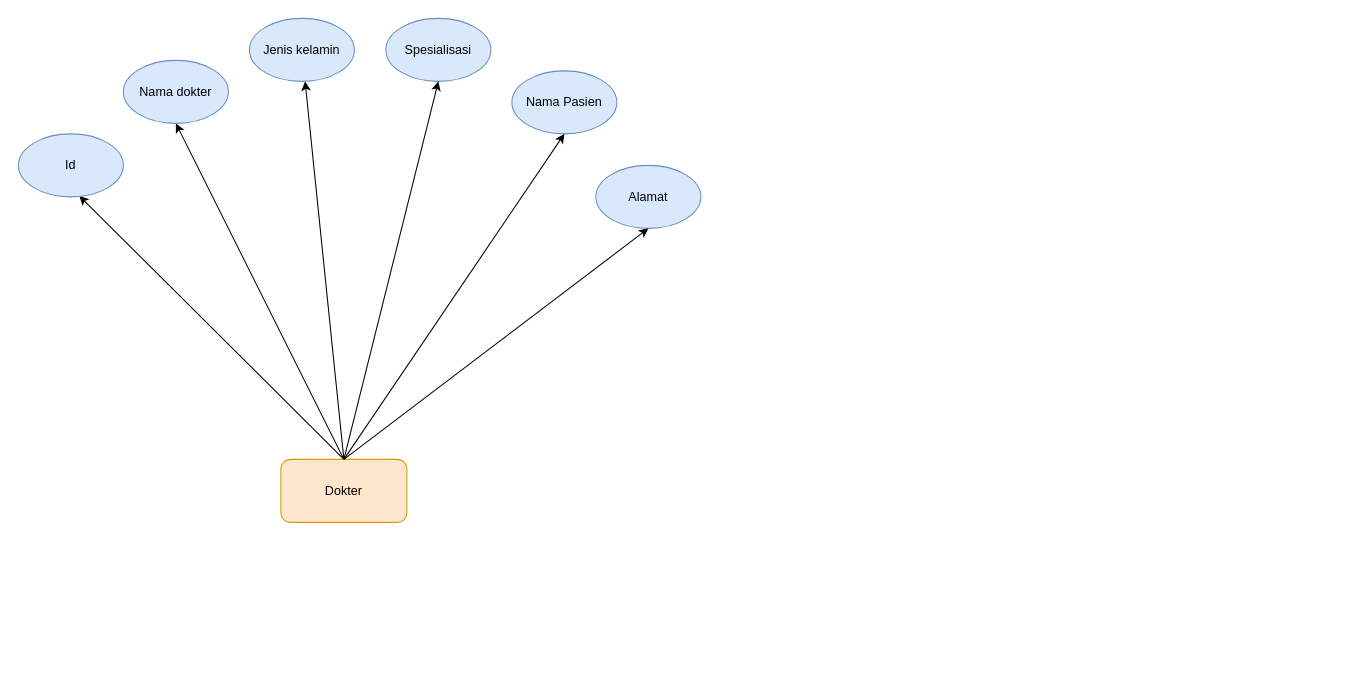
Nurrohman10/IF214002 keeps this draw.io diagram as pertemuan2/pertemuan2 .drawio. Above is the earlier version. Source tidied: cells renumbered, new cells numbered last; positions are measured from the earlier drawing's top-left corner, leaving out a move shared by most shapes. Both pictures are drawn from the tidied source at 105%, with x=0, y=0 at pixel (18, 18).
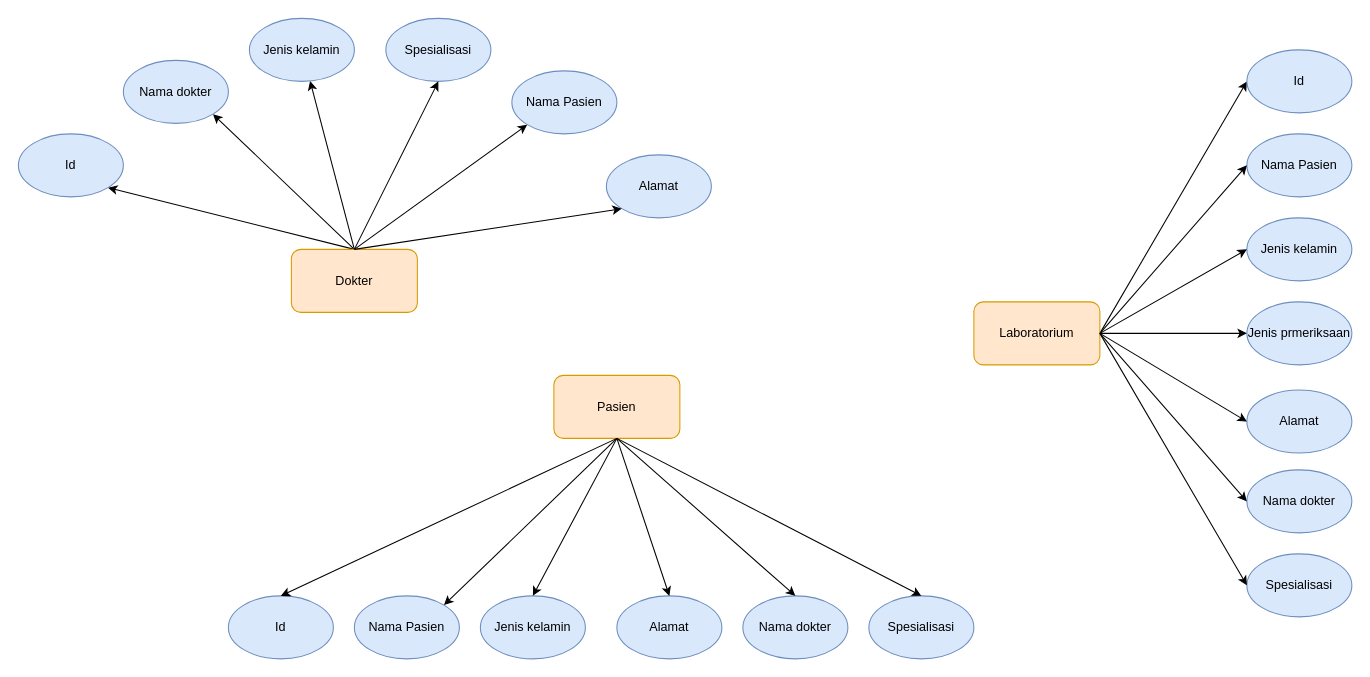
The same diagram, later.

Unchanged cells that the change refers to:
```xml
<mxCell id="6" value="Id" style="ellipse;whiteSpace=wrap;html=1;strokeColor=#6c8ebf;fillColor=#dae8fc;" parent="1" vertex="1">
  <mxGeometry y="110" width="100" height="60" as="geometry" />
</mxCell>
<mxCell id="7" value="Nama dokter" style="ellipse;whiteSpace=wrap;html=1;strokeColor=#6c8ebf;fillColor=#dae8fc;" parent="1" vertex="1">
  <mxGeometry x="100" y="40" width="100" height="60" as="geometry" />
</mxCell>
<mxCell id="10" value="Nama Pasien" style="ellipse;whiteSpace=wrap;html=1;strokeColor=#6c8ebf;fillColor=#dae8fc;" parent="1" vertex="1">
  <mxGeometry x="470" y="50" width="100" height="60" as="geometry" />
</mxCell>
```

Change to the diagram source:
```diff
@@
-    <mxCell id="2" style="edgeStyle=none;rounded=0;jettySize=auto;html=1;entryX=0.58;entryY=0.983;entryDx=0;entryDy=0;entryPerimeter=0;" parent="1" edge="1" target="6">
-      <mxGeometry relative="1" as="geometry">
-        <mxPoint x="310" y="420" as="sourcePoint" />
-      </mxGeometry>
+    <mxCell id="2" style="edgeStyle=none;rounded=0;jettySize=auto;html=1;entryX=1;entryY=1;entryDx=0;entryDy=0;exitX=0.5;exitY=0;exitDx=0;exitDy=0;" parent="1" edge="1" source="5" target="6">
+      <mxGeometry relative="1" as="geometry" />
     </mxCell>
@@
-    <mxCell id="4" style="edgeStyle=none;rounded=0;jettySize=auto;html=1;entryX=0.5;entryY=1;entryDx=0;entryDy=0;exitX=0.5;exitY=0;exitDx=0;exitDy=0;" parent="1" edge="1" source="5" target="7">
+    <mxCell id="4" style="edgeStyle=none;rounded=0;jettySize=auto;html=1;entryX=1;entryY=1;entryDx=0;entryDy=0;exitX=0.5;exitY=0;exitDx=0;exitDy=0;" parent="1" edge="1" source="5" target="7">
       <mxGeometry relative="1" as="geometry" />
     </mxCell>
     <mxCell id="5" value="Dokter" style="rounded=1;whiteSpace=wrap;html=1;fillColor=#ffe6cc;strokeColor=#d79b00;" parent="1" vertex="1">
-      <mxGeometry x="250" y="420" width="120" height="60" as="geometry" />
+      <mxGeometry x="260" y="220" width="120" height="60" as="geometry" />
     </mxCell>
@@
     <mxCell id="11" value="Alamat" style="ellipse;whiteSpace=wrap;html=1;strokeColor=#6c8ebf;fillColor=#dae8fc;" parent="1" vertex="1">
-      <mxGeometry x="550" y="140" width="100" height="60" as="geometry" />
+      <mxGeometry x="560" y="130" width="100" height="60" as="geometry" />
     </mxCell>
@@
-    <mxCell id="13" style="edgeStyle=none;rounded=0;jettySize=auto;html=1;entryX=0.5;entryY=1;entryDx=0;entryDy=0;exitX=0.5;exitY=0;exitDx=0;exitDy=0;" parent="1" edge="1" source="5" target="10">
+    <mxCell id="13" style="edgeStyle=none;rounded=0;jettySize=auto;html=1;entryX=0;entryY=1;entryDx=0;entryDy=0;exitX=0.5;exitY=0;exitDx=0;exitDy=0;" parent="1" edge="1" source="5" target="10">
       <mxGeometry relative="1" as="geometry" />
     </mxCell>
-    <mxCell id="14" style="edgeStyle=none;rounded=0;jettySize=auto;html=1;entryX=0.5;entryY=1;entryDx=0;entryDy=0;exitX=0.5;exitY=0;exitDx=0;exitDy=0;" parent="1" edge="1" source="5" target="11">
+    <mxCell id="14" style="edgeStyle=none;rounded=0;jettySize=auto;html=1;entryX=0;entryY=1;entryDx=0;entryDy=0;exitX=0.5;exitY=0;exitDx=0;exitDy=0;" parent="1" edge="1" source="5" target="11">
       <mxGeometry relative="1" as="geometry" />
     </mxCell>
+    <mxCell id="15" value="Pasien" style="rounded=1;whiteSpace=wrap;html=1;fillColor=#ffe6cc;strokeColor=#d79b00;" parent="1" vertex="1">
+      <mxGeometry x="510" y="340" width="120" height="60" as="geometry" />
+    </mxCell>
+    <mxCell id="16" value="Id" style="ellipse;whiteSpace=wrap;html=1;strokeColor=#6c8ebf;fillColor=#dae8fc;" parent="1" vertex="1">
+      <mxGeometry x="200" y="550" width="100" height="60" as="geometry" />
+    </mxCell>
+    <mxCell id="17" value="Nama dokter" style="ellipse;whiteSpace=wrap;html=1;strokeColor=#6c8ebf;fillColor=#dae8fc;" parent="1" vertex="1">
+      <mxGeometry x="690" y="550" width="100" height="60" as="geometry" />
+    </mxCell>
+    <mxCell id="18" value="Jenis kelamin" style="ellipse;whiteSpace=wrap;html=1;strokeColor=#6c8ebf;fillColor=#dae8fc;" parent="1" vertex="1">
+      <mxGeometry x="440" y="550" width="100" height="60" as="geometry" />
+    </mxCell>
+    <mxCell id="19" value="Nama Pasien" style="ellipse;whiteSpace=wrap;html=1;strokeColor=#6c8ebf;fillColor=#dae8fc;" parent="1" vertex="1">
+      <mxGeometry x="320" y="550" width="100" height="60" as="geometry" />
+    </mxCell>
+    <mxCell id="20" value="Alamat" style="ellipse;whiteSpace=wrap;html=1;strokeColor=#6c8ebf;fillColor=#dae8fc;" parent="1" vertex="1">
+      <mxGeometry x="570" y="550" width="100" height="60" as="geometry" />
+    </mxCell>
+    <mxCell id="21" value="Spesialisasi" style="ellipse;whiteSpace=wrap;html=1;strokeColor=#6c8ebf;fillColor=#dae8fc;" parent="1" vertex="1">
+      <mxGeometry x="810" y="550" width="100" height="60" as="geometry" />
+    </mxCell>
+    <mxCell id="22" style="edgeStyle=none;rounded=0;jettySize=auto;html=1;entryX=0.5;entryY=0;entryDx=0;entryDy=0;exitX=0.5;exitY=1;exitDx=0;exitDy=0;" parent="1" edge="1" source="15" target="16">
+      <mxGeometry relative="1" as="geometry" />
+    </mxCell>
+    <mxCell id="23" style="edgeStyle=none;rounded=0;jettySize=auto;html=1;entryX=1;entryY=0;entryDx=0;entryDy=0;exitX=0.5;exitY=1;exitDx=0;exitDy=0;" parent="1" edge="1" source="15" target="19">
+      <mxGeometry relative="1" as="geometry" />
+    </mxCell>
+    <mxCell id="24" style="edgeStyle=none;rounded=0;jettySize=auto;html=1;entryX=0.5;entryY=0;entryDx=0;entryDy=0;" parent="1" edge="1" target="18">
+      <mxGeometry relative="1" as="geometry">
+        <mxPoint x="570" y="400" as="sourcePoint" />
+      </mxGeometry>
+    </mxCell>
+    <mxCell id="25" style="edgeStyle=none;rounded=0;jettySize=auto;html=1;entryX=0.5;entryY=0;entryDx=0;entryDy=0;" parent="1" edge="1" target="20">
+      <mxGeometry relative="1" as="geometry">
+        <mxPoint x="570" y="400" as="sourcePoint" />
+      </mxGeometry>
+    </mxCell>
+    <mxCell id="26" style="edgeStyle=none;rounded=0;jettySize=auto;html=1;entryX=0.5;entryY=0;entryDx=0;entryDy=0;exitX=0.5;exitY=1;exitDx=0;exitDy=0;" parent="1" edge="1" source="15" target="17">
+      <mxGeometry relative="1" as="geometry" />
+    </mxCell>
+    <mxCell id="27" style="edgeStyle=none;rounded=0;jettySize=auto;html=1;entryX=0.5;entryY=0;entryDx=0;entryDy=0;" parent="1" edge="1" target="21">
+      <mxGeometry relative="1" as="geometry">
+        <mxPoint x="570" y="400" as="sourcePoint" />
+      </mxGeometry>
+    </mxCell>
+    <mxCell id="28" style="edgeStyle=none;rounded=0;jettySize=auto;html=1;exitX=1;exitY=0.5;exitDx=0;exitDy=0;entryX=0;entryY=0.5;entryDx=0;entryDy=0;" parent="1" edge="1" source="29" target="30">
+      <mxGeometry relative="1" as="geometry" />
+    </mxCell>
+    <mxCell id="29" value="Laboratorium" style="rounded=1;whiteSpace=wrap;html=1;fillColor=#ffe6cc;strokeColor=#d79b00;" parent="1" vertex="1">
+      <mxGeometry x="910" y="270" width="120" height="60" as="geometry" />
+    </mxCell>
+    <mxCell id="30" value="Id" style="ellipse;whiteSpace=wrap;html=1;strokeColor=#6c8ebf;fillColor=#dae8fc;" parent="1" vertex="1">
+      <mxGeometry x="1170" y="30" width="100" height="60" as="geometry" />
+    </mxCell>
+    <mxCell id="31" value="Nama Pasien" style="ellipse;whiteSpace=wrap;html=1;strokeColor=#6c8ebf;fillColor=#dae8fc;" parent="1" vertex="1">
+      <mxGeometry x="1170" y="110" width="100" height="60" as="geometry" />
+    </mxCell>
+    <mxCell id="32" value="Jenis kelamin" style="ellipse;whiteSpace=wrap;html=1;strokeColor=#6c8ebf;fillColor=#dae8fc;" parent="1" vertex="1">
+      <mxGeometry x="1170" y="190" width="100" height="60" as="geometry" />
+    </mxCell>
+    <mxCell id="33" value="Jenis prmeriksaan" style="ellipse;whiteSpace=wrap;html=1;strokeColor=#6c8ebf;fillColor=#dae8fc;" parent="1" vertex="1">
+      <mxGeometry x="1170" y="270" width="100" height="60" as="geometry" />
+    </mxCell>
+    <mxCell id="34" value="Alamat" style="ellipse;whiteSpace=wrap;html=1;strokeColor=#6c8ebf;fillColor=#dae8fc;" parent="1" vertex="1">
+      <mxGeometry x="1170" y="354" width="100" height="60" as="geometry" />
+    </mxCell>
+    <mxCell id="35" value="Nama dokter" style="ellipse;whiteSpace=wrap;html=1;strokeColor=#6c8ebf;fillColor=#dae8fc;" parent="1" vertex="1">
+      <mxGeometry x="1170" y="430" width="100" height="60" as="geometry" />
+    </mxCell>
+    <mxCell id="36" value="Spesialisasi" style="ellipse;whiteSpace=wrap;html=1;strokeColor=#6c8ebf;fillColor=#dae8fc;" parent="1" vertex="1">
+      <mxGeometry x="1170" y="510" width="100" height="60" as="geometry" />
+    </mxCell>
+    <mxCell id="37" style="edgeStyle=none;rounded=0;jettySize=auto;html=1;exitX=1;exitY=0.5;exitDx=0;exitDy=0;entryX=0;entryY=0.5;entryDx=0;entryDy=0;" parent="1" edge="1" source="29" target="31">
+      <mxGeometry relative="1" as="geometry" />
+    </mxCell>
+    <mxCell id="38" style="edgeStyle=none;rounded=0;jettySize=auto;html=1;exitX=1;exitY=0.5;exitDx=0;exitDy=0;entryX=0;entryY=0.5;entryDx=0;entryDy=0;" parent="1" edge="1" source="29" target="32">
+      <mxGeometry relative="1" as="geometry" />
+    </mxCell>
+    <mxCell id="39" style="edgeStyle=none;rounded=0;jettySize=auto;html=1;exitX=1;exitY=0.5;exitDx=0;exitDy=0;entryX=0;entryY=0.5;entryDx=0;entryDy=0;" parent="1" edge="1" source="29" target="33">
+      <mxGeometry relative="1" as="geometry" />
+    </mxCell>
+    <mxCell id="40" style="edgeStyle=none;rounded=0;jettySize=auto;html=1;entryX=0;entryY=0.5;entryDx=0;entryDy=0;" parent="1" edge="1" target="34">
+      <mxGeometry relative="1" as="geometry">
+        <mxPoint x="1030" y="300" as="sourcePoint" />
+      </mxGeometry>
+    </mxCell>
+    <mxCell id="41" style="edgeStyle=none;rounded=0;jettySize=auto;html=1;entryX=0;entryY=0.5;entryDx=0;entryDy=0;" parent="1" edge="1" target="35">
+      <mxGeometry relative="1" as="geometry">
+        <mxPoint x="1030" y="300" as="sourcePoint" />
+      </mxGeometry>
+    </mxCell>
+    <mxCell id="42" style="edgeStyle=none;rounded=0;jettySize=auto;html=1;entryX=0;entryY=0.5;entryDx=0;entryDy=0;" parent="1" edge="1" target="36">
+      <mxGeometry relative="1" as="geometry">
+        <mxPoint x="1030" y="300" as="sourcePoint" />
+      </mxGeometry>
+    </mxCell>
```
